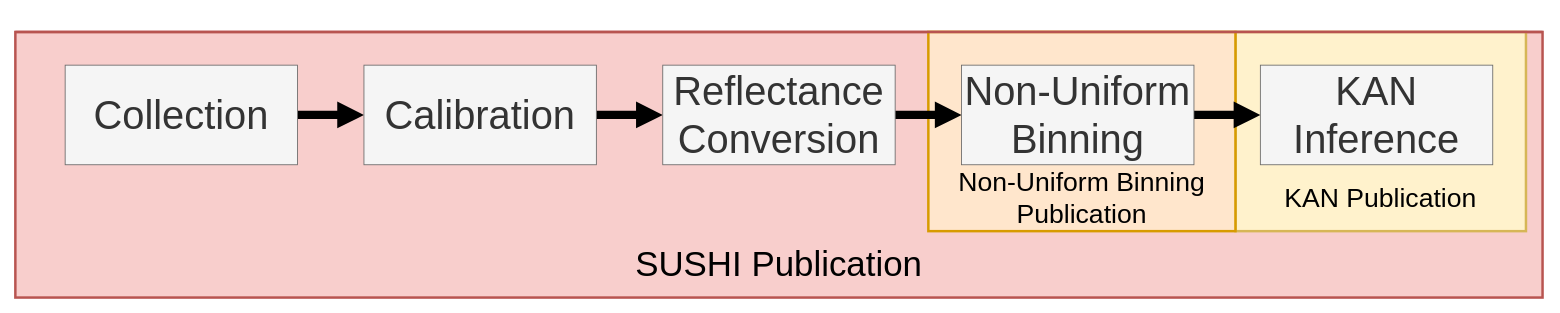
snider-lab-msu/figures keeps this draw.io diagram as publicationsPipeline.drawio. Above is the earlier version. Source tidied: cells renumbered, new cells numbered last; positions are measured from the earlier drawing's top-left corner, leaving out a move shared by most shapes. Both pictures are drawn from the tidied source at 83%, with x=0, y=0 at pixel (15, 32).
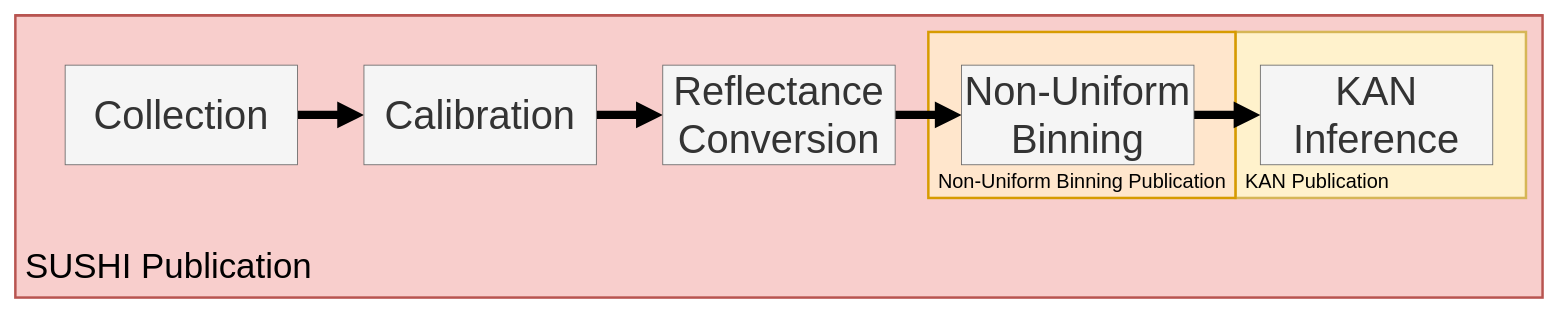
After the change.

Change to the diagram source:
```diff
@@
 <mxGraphModel>
   <root>
     <mxCell id="0" />
     <mxCell id="1" parent="0" />
     <mxCell id="2" style="rounded=0;whiteSpace=wrap;html=1;fillColor=#f8cecc;strokeColor=#b85450;strokeWidth=3;" parent="1" vertex="1">
-      <mxGeometry width="1840" height="320" as="geometry" />
+      <mxGeometry y="-20" width="1840" height="340" as="geometry" />
     </mxCell>
     <mxCell id="3" style="rounded=0;whiteSpace=wrap;html=1;fillColor=#fff2cc;strokeColor=#d6b656;strokeWidth=3;" parent="1" vertex="1">
-      <mxGeometry x="1470" width="350" height="240" as="geometry" />
+      <mxGeometry x="1470" width="350" height="200" as="geometry" />
     </mxCell>
     <mxCell id="4" style="rounded=0;whiteSpace=wrap;html=1;fillColor=#ffe6cc;strokeColor=#d79b00;strokeWidth=3;" parent="1" vertex="1">
-      <mxGeometry x="1100" width="370" height="240" as="geometry" />
+      <mxGeometry x="1100" width="370" height="200" as="geometry" />
     </mxCell>
     <mxCell id="5" style="edgeStyle=orthogonalEdgeStyle;rounded=0;jettySize=auto;html=1;exitX=1;exitY=0.5;exitDx=0;exitDy=0;entryX=0;entryY=0.5;entryDx=0;entryDy=0;defaultLabelBackgroundColor=gap;strokeWidth=10;endArrow=block;endFill=1;" parent="1" edge="1" source="6" target="8">
       <mxGeometry relative="1" as="geometry" />
     </mxCell>
     <mxCell id="6" value="Collection" style="rounded=0;whiteSpace=wrap;html=1;fontSize=48;fillColor=#f5f5f5;strokeColor=#666666;fontColor=#333333;" parent="1" vertex="1">
       <mxGeometry x="60" y="40" width="280" height="120" as="geometry" />
     </mxCell>
     <mxCell id="7" style="edgeStyle=orthogonalEdgeStyle;rounded=0;jettySize=auto;html=1;entryX=0;entryY=0.5;entryDx=0;entryDy=0;defaultLabelBackgroundColor=gap;strokeWidth=10;endArrow=block;endFill=1;" parent="1" edge="1" source="8" target="10">
       <mxGeometry relative="1" as="geometry" />
     </mxCell>
     <mxCell id="8" value="Calibration" style="rounded=0;whiteSpace=wrap;html=1;fontSize=48;fillColor=#f5f5f5;strokeColor=#666666;fontColor=#333333;" parent="1" vertex="1">
       <mxGeometry x="420" y="40" width="280" height="120" as="geometry" />
     </mxCell>
     <mxCell id="9" style="edgeStyle=orthogonalEdgeStyle;rounded=0;jettySize=auto;html=1;exitX=1;exitY=0.5;exitDx=0;exitDy=0;entryX=0;entryY=0.5;entryDx=0;entryDy=0;defaultLabelBackgroundColor=gap;strokeWidth=10;endArrow=block;endFill=1;" parent="1" edge="1" source="10" target="12">
       <mxGeometry relative="1" as="geometry" />
     </mxCell>
     <mxCell id="10" value="&lt;div&gt;Reflectance&lt;/div&gt;Conversion" style="rounded=0;whiteSpace=wrap;html=1;fontSize=48;fillColor=#f5f5f5;strokeColor=#666666;fontColor=#333333;" parent="1" vertex="1">
       <mxGeometry x="780" y="40" width="280" height="120" as="geometry" />
     </mxCell>
     <mxCell id="11" style="edgeStyle=orthogonalEdgeStyle;rounded=0;jettySize=auto;html=1;exitX=1;exitY=0.5;exitDx=0;exitDy=0;entryX=0;entryY=0.5;entryDx=0;entryDy=0;defaultLabelBackgroundColor=gap;strokeWidth=10;endArrow=block;endFill=1;" parent="1" edge="1" source="12" target="13">
       <mxGeometry relative="1" as="geometry" />
     </mxCell>
     <mxCell id="12" value="&lt;div&gt;Non-Uniform&lt;/div&gt;&lt;div&gt;Binning&lt;/div&gt;" style="rounded=0;whiteSpace=wrap;html=1;fontSize=48;fillColor=#f5f5f5;strokeColor=#666666;fontColor=#333333;" parent="1" vertex="1">
       <mxGeometry x="1140" y="40" width="280" height="120" as="geometry" />
     </mxCell>
     <mxCell id="13" value="&lt;div&gt;KAN&lt;/div&gt;&lt;div&gt;Inference&lt;/div&gt;" style="rounded=0;whiteSpace=wrap;html=1;fontSize=48;fillColor=#f5f5f5;strokeColor=#666666;fontColor=#333333;" parent="1" vertex="1">
       <mxGeometry x="1500" y="40" width="280" height="120" as="geometry" />
     </mxCell>
-    <mxCell id="14" value="&lt;div&gt;&lt;font&gt;SUSHI Publication&lt;/font&gt;&lt;/div&gt;" style="text;html=1;whiteSpace=wrap;strokeColor=none;fillColor=none;align=center;verticalAlign=middle;rounded=0;fontSize=42;" parent="1" vertex="1">
-      <mxGeometry y="240" width="1840" height="80" as="geometry" />
+    <mxCell id="14" value="&lt;div&gt;&lt;font&gt;SUSHI Publication&lt;/font&gt;&lt;/div&gt;" style="text;html=1;whiteSpace=wrap;strokeColor=none;fillColor=none;align=left;verticalAlign=bottom;rounded=0;fontSize=42;" parent="1" vertex="1">
+      <mxGeometry x="10" y="240" width="1830" height="70" as="geometry" />
     </mxCell>
-    <mxCell id="15" value="Non-Uniform Binning Publication" style="text;html=1;whiteSpace=wrap;strokeColor=none;fillColor=none;align=center;verticalAlign=middle;rounded=0;fontSize=32;" parent="1" vertex="1">
-      <mxGeometry x="1100" y="160" width="370" height="80" as="geometry" />
+    <mxCell id="15" value="Non-Uniform Binning Publication" style="text;html=1;whiteSpace=wrap;strokeColor=none;fillColor=none;align=left;verticalAlign=middle;rounded=0;fontSize=24;" parent="1" vertex="1">
+      <mxGeometry x="1110" y="160" width="360" height="40" as="geometry" />
     </mxCell>
-    <mxCell id="16" value="KAN Publication" style="text;html=1;whiteSpace=wrap;strokeColor=none;fillColor=none;align=center;verticalAlign=middle;rounded=0;fontSize=32;" parent="1" vertex="1">
-      <mxGeometry x="1470" y="160" width="350" height="80" as="geometry" />
+    <mxCell id="16" value="KAN Publication" style="text;html=1;whiteSpace=wrap;strokeColor=none;fillColor=none;align=left;verticalAlign=middle;rounded=0;fontSize=24;" parent="1" vertex="1">
+      <mxGeometry x="1480" y="160" width="340" height="40" as="geometry" />
     </mxCell>
     <mxCell id="17" style="endArrow=none;html=1;rounded=0;entryX=1;entryY=0;entryDx=0;entryDy=0;strokeColor=#B85450;strokeWidth=3;exitX=0;exitY=0;exitDx=0;exitDy=0;" parent="1" edge="1" source="2" target="2">
       <mxGeometry relative="1" as="geometry" />
     </mxCell>
   </root>
 </mxGraphModel>
```
